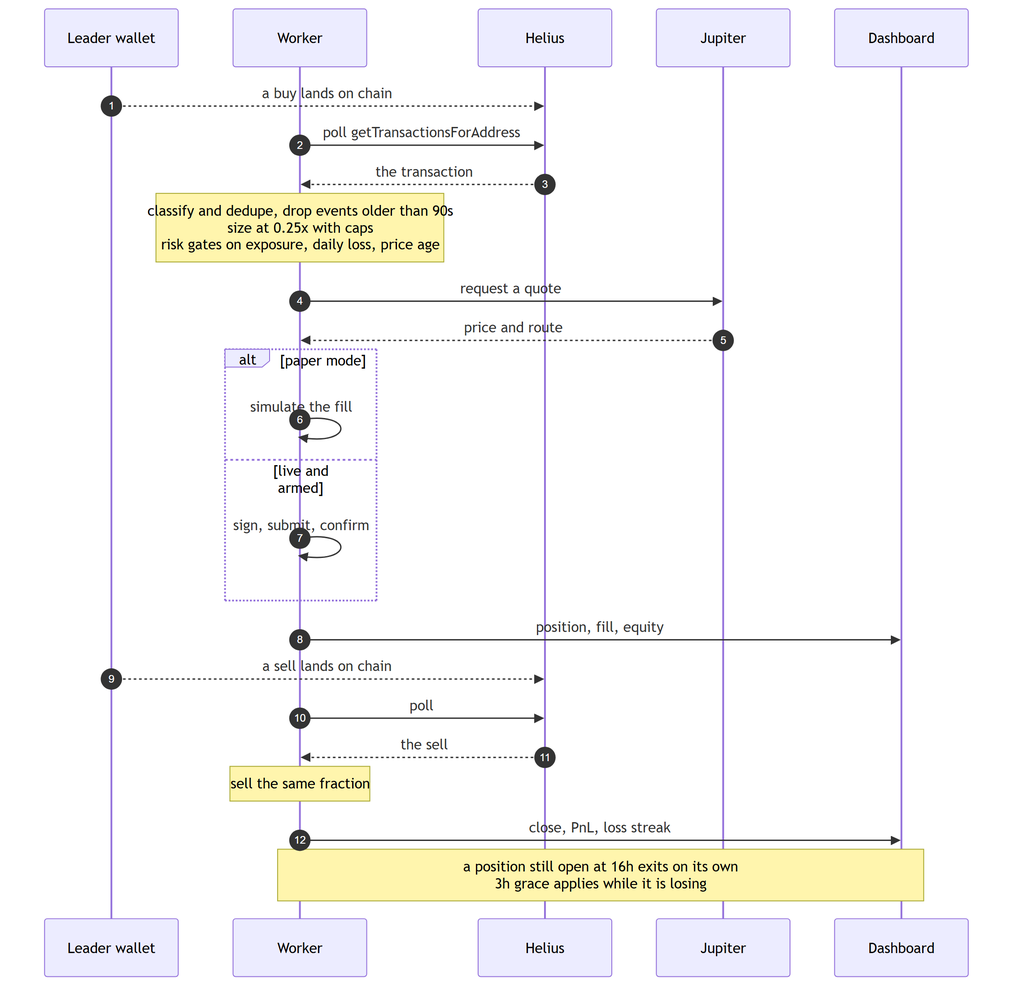
The Mermaid diagram docs/images/one-copied-trade.png in RuneL89/zcode-copytrade-bot, before a commit. Its source is kept beside it as docs/diagrams/one-copied-trade.mmd.
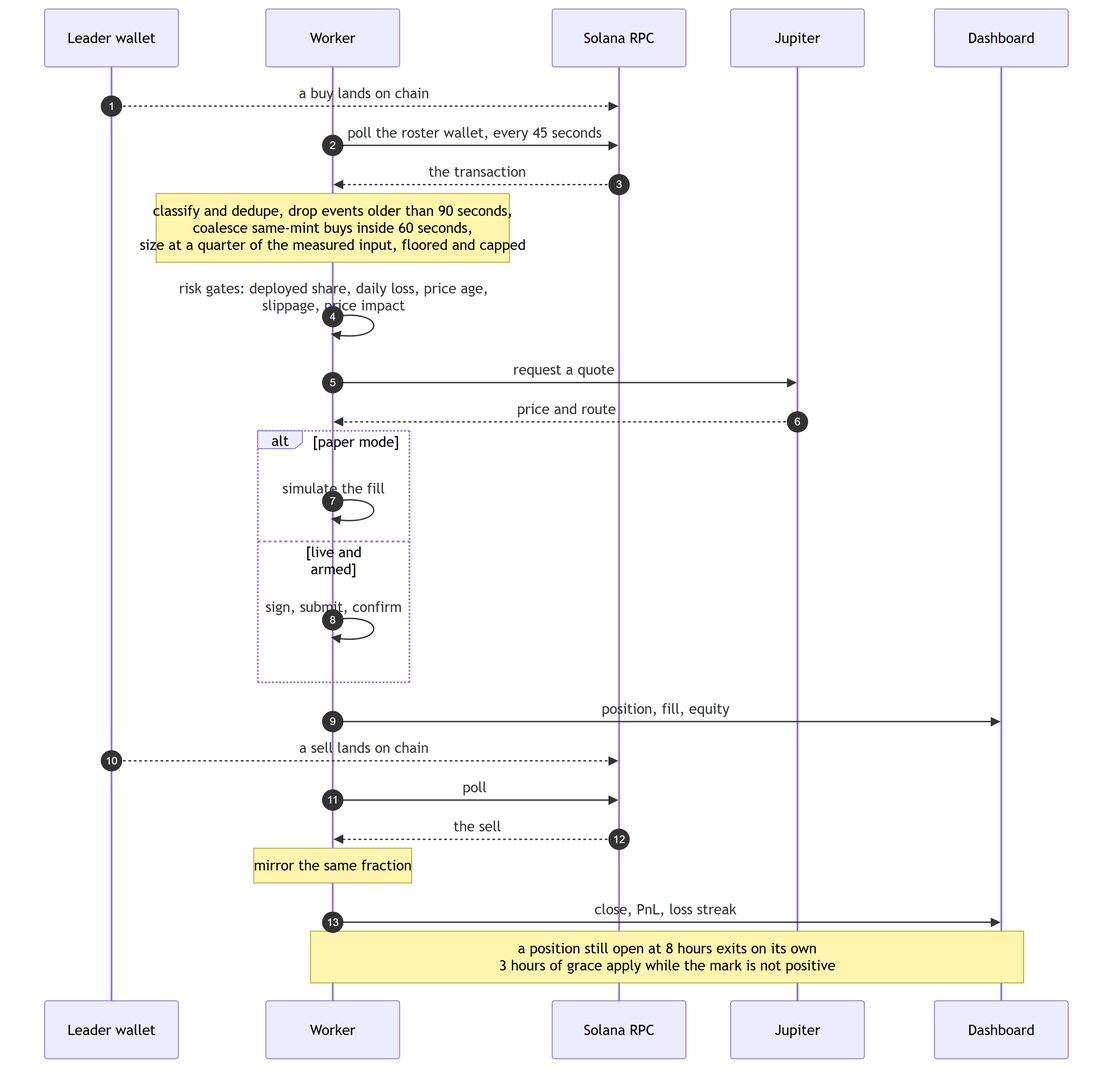
After the commit.

Diff of the diagram source:
```diff
@@ -2,14 +2,15 @@
     autonumber
     participant L as Leader wallet
     participant W as Worker
-    participant H as Helius
+    participant R as Solana RPC
     participant J as Jupiter
     participant D as Dashboard
 
-    L-->>H: a buy lands on chain
-    W->>H: poll getTransactionsForAddress
-    H-->>W: the transaction
-    Note over W: classify and dedupe, drop events older than 90s<br/>size at 0.25x with caps<br/>risk gates on exposure, daily loss, price age
+    L-->>R: a buy lands on chain
+    W->>R: poll the roster wallet, every 45 seconds
+    R-->>W: the transaction
+    Note over W: classify and dedupe, drop events older than 90 seconds,<br/>coalesce same-mint buys inside 60 seconds,<br/>size at a quarter of the measured input, floored and capped
+    W->>W: risk gates: deployed share, daily loss, price age,<br/>slippage, price impact
     W->>J: request a quote
     J-->>W: price and route
     alt paper mode
@@ -19,10 +20,10 @@
     end
     W->>D: position, fill, equity
 
-    L-->>H: a sell lands on chain
-    W->>H: poll
-    H-->>W: the sell
-    Note over W: sell the same fraction
+    L-->>R: a sell lands on chain
+    W->>R: poll
+    R-->>W: the sell
+    Note over W: mirror the same fraction
     W->>D: close, PnL, loss streak
 
-    Note over W,D: a position still open at 16h exits on its own<br/>3h grace applies while it is losing
+    Note over W,D: a position still open at 8 hours exits on its own<br/>3 hours of grace apply while the mark is not positive
```
